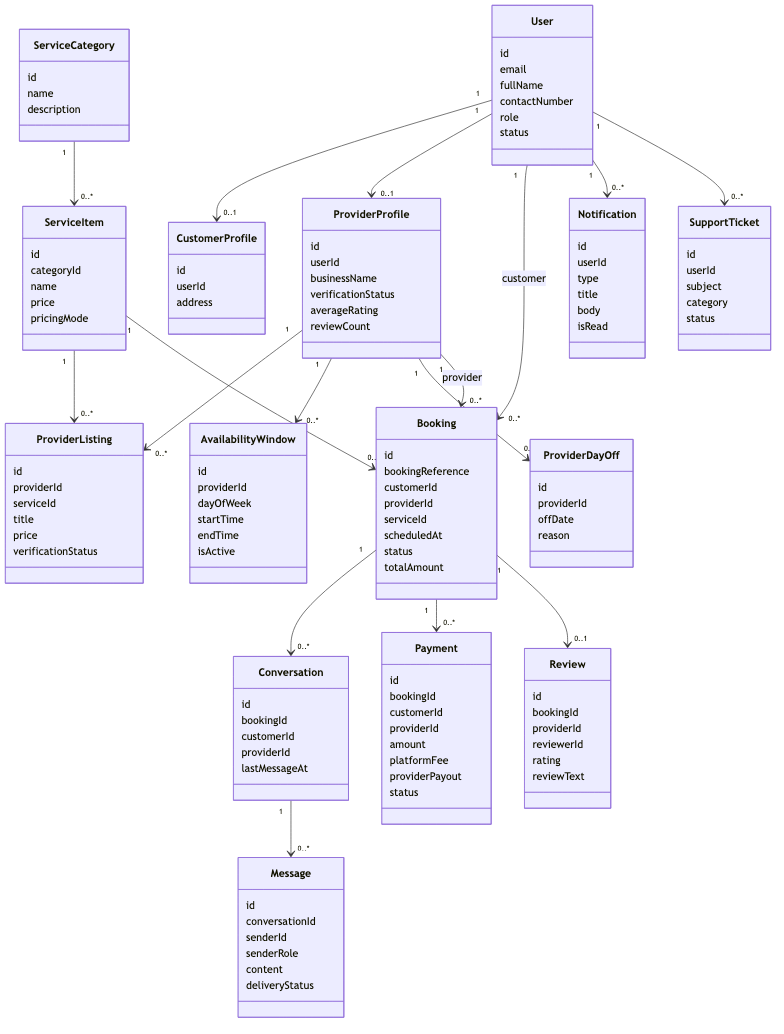
shmce/servease-locked-in keeps this Mermaid diagram as docs/diagrams/exports/png/18-domain-model.png. Above is the earlier version. Its source is kept beside it as docs/diagrams/source/18-domain-model.mmd. Source of this version:
```mermaid
classDiagram
  class User {
    id
    email
    fullName
    contactNumber
    role
    status
  }

  class CustomerProfile {
    id
    userId
    address
  }

  class ProviderProfile {
    id
    userId
    businessName
    verificationStatus
    averageRating
    reviewCount
  }

  class ServiceCategory {
    id
    name
    description
  }

  class ServiceItem {
    id
    categoryId
    name
    price
    pricingMode
  }

  class ProviderListing {
    id
    providerId
    serviceId
    title
    price
    verificationStatus
  }

  class Booking {
    id
    bookingReference
    customerId
    providerId
    serviceId
    scheduledAt
    status
    totalAmount
  }

  class AvailabilityWindow {
    id
    providerId
    dayOfWeek
    startTime
    endTime
    isActive
  }

  class ProviderDayOff {
    id
    providerId
    offDate
    reason
  }

  class Conversation {
    id
    bookingId
    customerId
    providerId
    lastMessageAt
  }

  class Message {
    id
    conversationId
    senderId
    senderRole
    content
    deliveryStatus
  }

  class Payment {
    id
    bookingId
    customerId
    providerId
    amount
    platformFee
    providerPayout
    status
  }

  class Review {
    id
    bookingId
    providerId
    reviewerId
    rating
    reviewText
  }

  class Notification {
    id
    userId
    type
    title
    body
    isRead
  }

  class SupportTicket {
    id
    userId
    subject
    category
    status
  }

  User "1" --> "0..1" CustomerProfile
  User "1" --> "0..1" ProviderProfile
  ServiceCategory "1" --> "0..*" ServiceItem
  ProviderProfile "1" --> "0..*" ProviderListing
  ServiceItem "1" --> "0..*" ProviderListing
  ProviderProfile "1" --> "0..*" AvailabilityWindow
  ProviderProfile "1" --> "0..*" ProviderDayOff
  User "1" --> "0..*" Booking : customer
  ProviderProfile "1" --> "0..*" Booking : provider
  ServiceItem "1" --> "0..*" Booking
  Booking "1" --> "0..*" Conversation
  Conversation "1" --> "0..*" Message
  Booking "1" --> "0..*" Payment
  Booking "1" --> "0..1" Review
  User "1" --> "0..*" Notification
  User "1" --> "0..*" SupportTicket
```
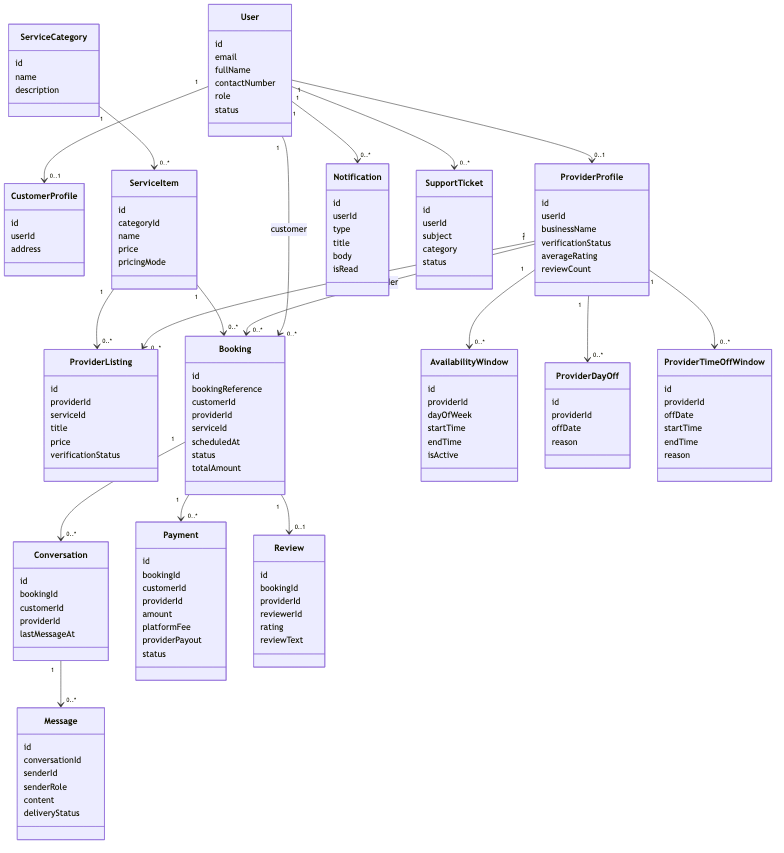
Above is the later version.

The edit, as a diff of the source:
```diff
@@ -73,6 +73,15 @@
     reason
   }
 
+  class ProviderTimeOffWindow {
+    id
+    providerId
+    offDate
+    startTime
+    endTime
+    reason
+  }
+
   class Conversation {
     id
     bookingId
@@ -134,6 +143,7 @@
   ServiceItem "1" --> "0..*" ProviderListing
   ProviderProfile "1" --> "0..*" AvailabilityWindow
   ProviderProfile "1" --> "0..*" ProviderDayOff
+  ProviderProfile "1" --> "0..*" ProviderTimeOffWindow
   User "1" --> "0..*" Booking : customer
   ProviderProfile "1" --> "0..*" Booking : provider
   ServiceItem "1" --> "0..*" Booking
```
